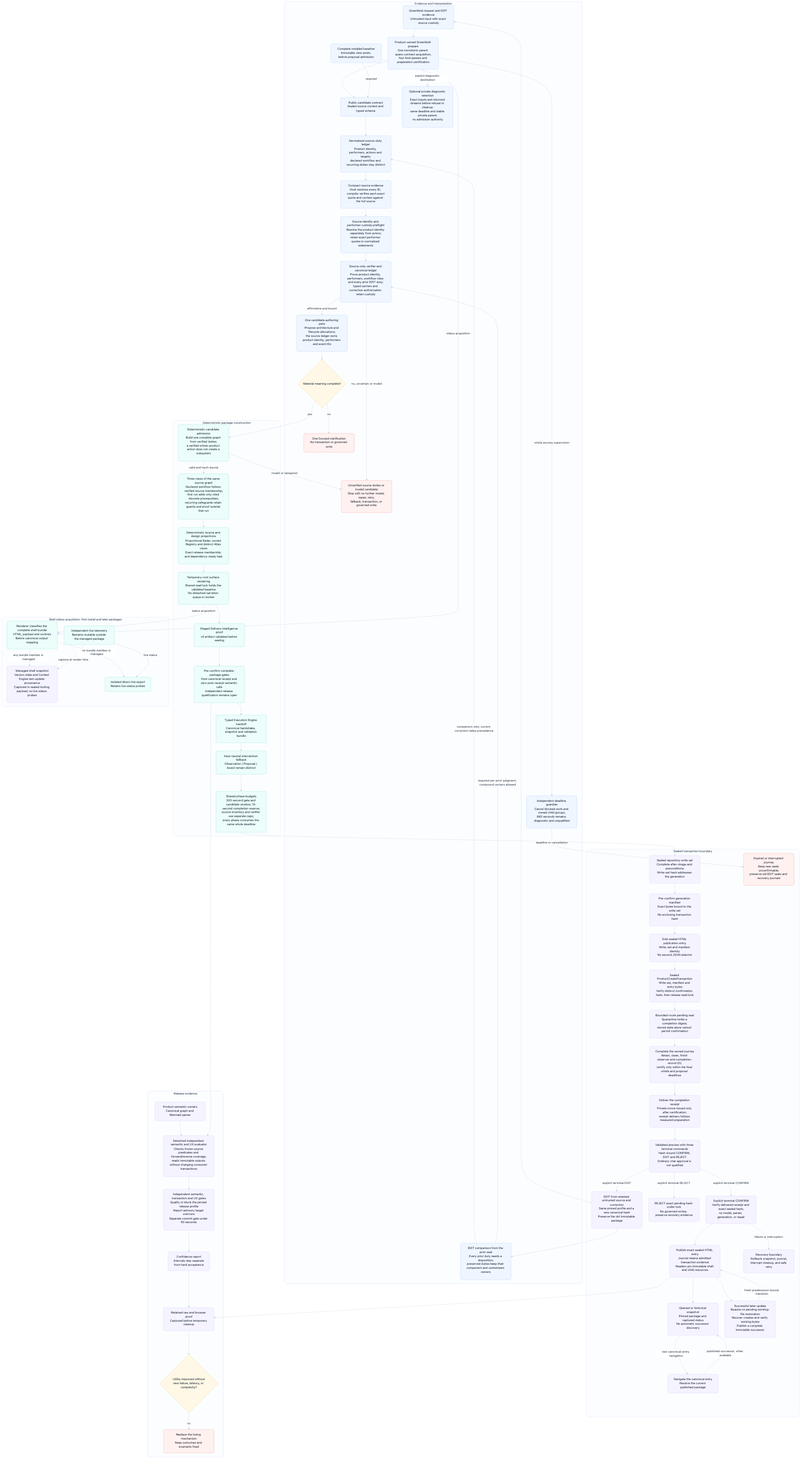
The Mermaid diagram odylith/atlas/source/domain-intelligence-greenfield-governance.png in odylith/odylith, before a commit. Its source is kept beside it as odylith/atlas/source/domain-intelligence-greenfield-governance.mmd.
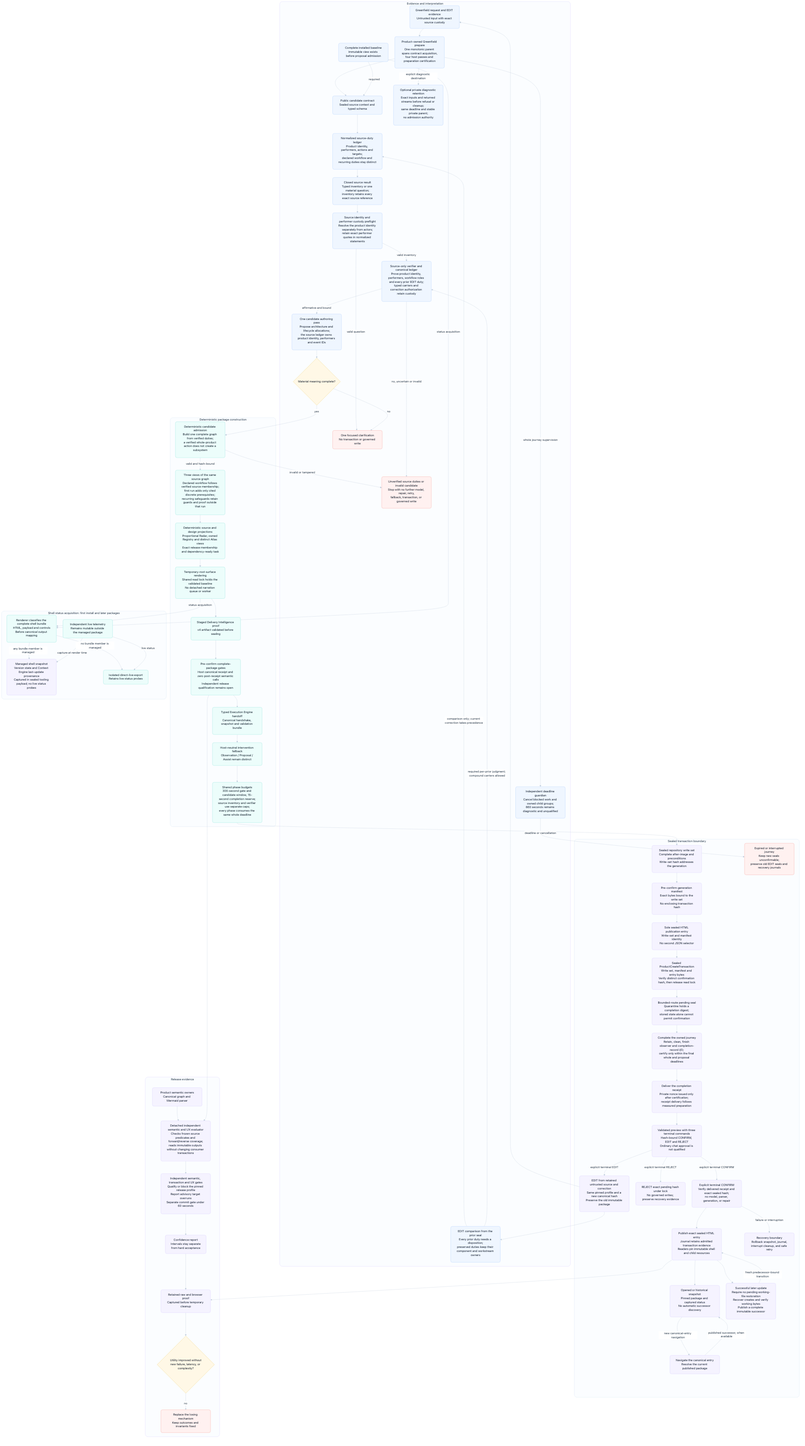
Above is the later version.

Diff of the diagram source:
```diff
@@ -8,14 +8,16 @@
       contract["Public candidate contract<br/>Sealed source context and typed schema"]
       prior_lifecycle["EDIT comparison from the prior seal<br/>Every prior duty needs a disposition;<br/>preserved duties keep their component and workstream owners"]
       model_pass["Normalized source-duty ledger<br/>Product identity, performers, actions and targets;<br/>declared workflow and recurring duties stay distinct"]
-      typed_graph["Compact source evidence<br/>Host resolves every ID; compiler verifies each exact<br/>quote and context against the full source"]
+      typed_graph["Closed source result<br/>Typed inventory or one material question;<br/>inventory retains every exact source reference"]
       identity_check["Source identity and performer custody preflight<br/>Resolve the product identity separately from actors;<br/>retain exact performer quotes in normalized statements"]
       source_custody["Source-only verifier and canonical ledger<br/>Prove product identity, performers, workflow roles and every prior EDIT duty;<br/>typed carriers and correction authorization retain custody"]
       private_diagnostics["Optional private diagnostic retention<br/>Exact inputs and returned streams before refusal or cleanup;<br/>same deadline and stable private parent;<br/>no admission authority"]
       candidate_author["One candidate authoring pass<br/>Propose architecture and lifecycle allocations;<br/>the source ledger owns product identity, performers and event IDs"]
       ambiguity{"Material meaning complete?"}
       clarify["One focused clarification<br/>No transaction or governed write"]
-      request --> prepare --> contract --> model_pass --> typed_graph --> identity_check --> source_custody
+      request --> prepare --> contract --> model_pass --> typed_graph --> identity_check
+      identity_check -- "valid inventory" --> source_custody
+      identity_check -- "valid question" --> clarify
       source_custody -- "affirmative and bound" --> candidate_author --> ambiguity
       source_custody -- "no, uncertain or invalid" --> invalid_candidate
       prepare -. "whole journey supervision" .-> guardian
```
